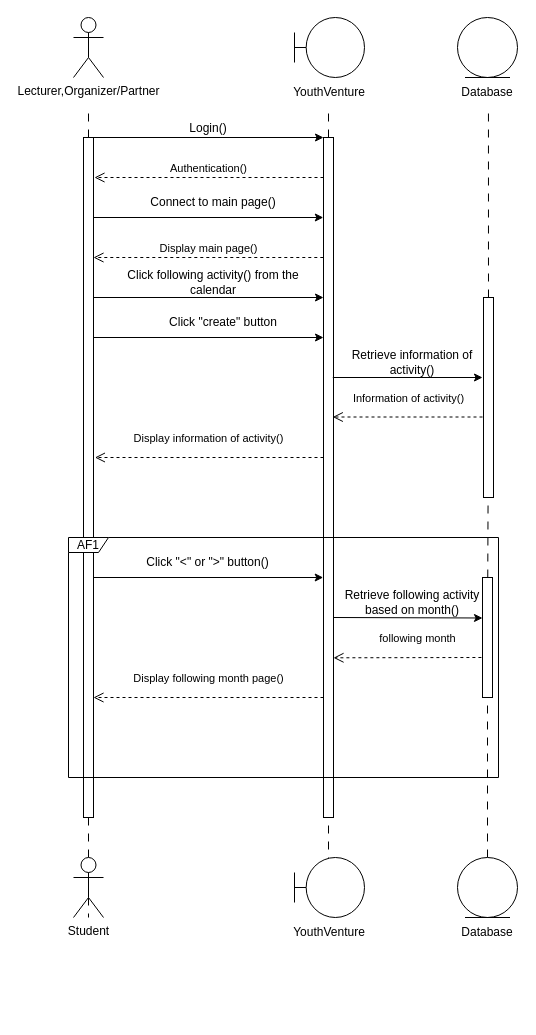
wei2030/year2_project keeps this draw.io diagram as sequence_diagram/UC019 seq diagram.drawio. Above is the earlier version. Source tidied: cells renumbered, new cells numbered last; positions are measured from the earlier drawing's top-left corner, leaving out a move shared by most shapes. Both pictures are drawn from the tidied source at 100%, with x=0, y=0 at pixel (68, 17).
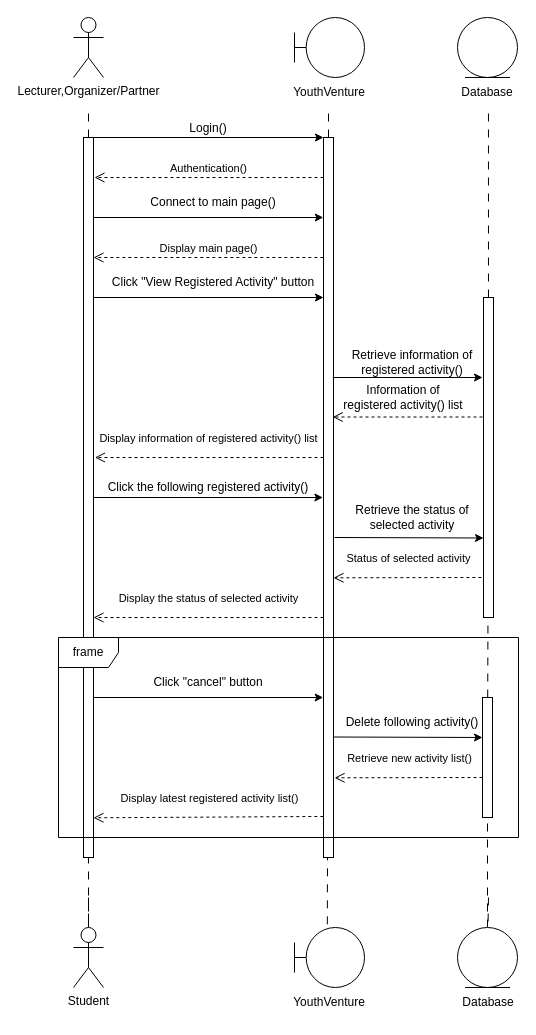
After the change.

The change refers to these unchanged cells:
```xml
<mxCell id="39" style="shape=umlBoundary;whiteSpace=wrap;html=1;" parent="38" vertex="1">
  <mxGeometry width="70" height="60" as="geometry" />
</mxCell>
```

What changed in the source:
```diff
@@
     <mxCell id="12" style="rounded=0;whiteSpace=wrap;html=1;" parent="1" vertex="1">
-      <mxGeometry x="15" y="120" width="10" height="680" as="geometry" />
+      <mxGeometry x="15" y="120" width="10" height="720" as="geometry" />
     </mxCell>
-    <mxCell id="13" style="endArrow=none;dashed=1;html=1;rounded=0;strokeWidth=1;dashPattern=8 8;" parent="1" edge="1" target="14">
-      <mxGeometry relative="1" as="geometry">
-        <mxPoint x="260" y="880" as="sourcePoint" />
-      </mxGeometry>
+    <mxCell id="13" style="endArrow=none;dashed=1;html=1;rounded=0;strokeWidth=1;dashPattern=8 8;exitX=0.469;exitY=-0.053;exitDx=0;exitDy=0;exitPerimeter=0;" parent="1" edge="1" source="39" target="14">
+      <mxGeometry relative="1" as="geometry" />
     </mxCell>
     <mxCell id="14" style="rounded=0;whiteSpace=wrap;html=1;" parent="1" vertex="1">
-      <mxGeometry x="255" y="120" width="10" height="680" as="geometry" />
+      <mxGeometry x="255" y="120" width="10" height="720" as="geometry" />
     </mxCell>
@@
-    <mxCell id="22" value="Click following activity() from the calendar" style="text;html=1;strokeColor=none;fillColor=none;align=center;verticalAlign=middle;whiteSpace=wrap;rounded=0;" parent="1" vertex="1">
+    <mxCell id="22" value="Click &quot;View Registered Activity&quot; button" style="text;html=1;strokeColor=none;fillColor=none;align=center;verticalAlign=middle;whiteSpace=wrap;rounded=0;" parent="1" vertex="1">
       <mxGeometry x="35" y="250" width="220" height="30" as="geometry" />
     </mxCell>
@@
     <mxCell id="24" style="rounded=0;whiteSpace=wrap;html=1;" parent="1" vertex="1">
-      <mxGeometry x="415" y="280" width="10" height="200" as="geometry" />
+      <mxGeometry x="415" y="280" width="10" height="320" as="geometry" />
     </mxCell>
@@
-    <mxCell id="26" value="Retrieve information of activity()" style="text;html=1;strokeColor=none;fillColor=none;align=center;verticalAlign=middle;whiteSpace=wrap;rounded=0;" parent="1" vertex="1">
+    <mxCell id="26" value="Retrieve information of registered activity()" style="text;html=1;strokeColor=none;fillColor=none;align=center;verticalAlign=middle;whiteSpace=wrap;rounded=0;" parent="1" vertex="1">
       <mxGeometry x="274" y="330" width="140" height="30" as="geometry" />
     </mxCell>
-    <mxCell id="27" value="Information of activity()" style="html=1;verticalAlign=bottom;endArrow=open;dashed=1;endSize=8;curved=0;rounded=0;exitX=0;exitY=1;exitDx=0;exitDy=0;entryX=1.028;entryY=0.548;entryDx=0;entryDy=0;entryPerimeter=0;" parent="1" edge="1">
+    <mxCell id="27" style="html=1;verticalAlign=bottom;endArrow=open;dashed=1;endSize=8;curved=0;rounded=0;exitX=0;exitY=1;exitDx=0;exitDy=0;entryX=1.028;entryY=0.548;entryDx=0;entryDy=0;entryPerimeter=0;" parent="1" edge="1">
       <mxGeometry x="-0.01" y="-10" relative="1" as="geometry">
         <mxPoint x="414" y="399.5" as="sourcePoint" />
         <mxPoint x="264.3" y="399.5" as="targetPoint" />
       </mxGeometry>
     </mxCell>
-    <mxCell id="28" value="Display information of activity()" style="html=1;verticalAlign=bottom;endArrow=open;dashed=1;endSize=8;curved=0;rounded=0;entryX=1.124;entryY=0.603;entryDx=0;entryDy=0;entryPerimeter=0;exitX=-0.018;exitY=0.603;exitDx=0;exitDy=0;exitPerimeter=0;" parent="1" edge="1">
+    <mxCell id="28" value="Display information of registered activity() list" style="html=1;verticalAlign=bottom;endArrow=open;dashed=1;endSize=8;curved=0;rounded=0;entryX=1.124;entryY=0.603;entryDx=0;entryDy=0;entryPerimeter=0;exitX=-0.018;exitY=0.603;exitDx=0;exitDy=0;exitPerimeter=0;" parent="1" edge="1">
       <mxGeometry x="0.01" y="-10" relative="1" as="geometry">
         <mxPoint x="255" y="440" as="sourcePoint" />
         <mxPoint x="26.4" y="440" as="targetPoint" />
       </mxGeometry>
     </mxCell>
-    <mxCell id="29" style="endArrow=classic;html=1;rounded=0;exitX=1.02;exitY=0.712;exitDx=0;exitDy=0;exitPerimeter=0;entryX=-0.04;entryY=0.712;entryDx=0;entryDy=0;entryPerimeter=0;" parent="1" edge="1">
-      <mxGeometry relative="1" as="geometry">
-        <mxPoint x="25.3" y="560" as="sourcePoint" />
-        <mxPoint x="254.7" y="560" as="targetPoint" />
-      </mxGeometry>
-    </mxCell>
-    <mxCell id="30" value="Click &quot;&amp;lt;&quot; or &quot;&amp;gt;&quot; button()" style="text;html=1;strokeColor=none;fillColor=none;align=center;verticalAlign=middle;whiteSpace=wrap;rounded=0;" parent="1" vertex="1">
-      <mxGeometry x="60.4" y="530" width="159.2" height="30" as="geometry" />
-    </mxCell>
-    <mxCell id="31" style="endArrow=classic;html=1;rounded=0;entryX=0;entryY=0;entryDx=0;entryDy=0;exitX=1;exitY=0.739;exitDx=0;exitDy=0;exitPerimeter=0;" parent="1" edge="1">
-      <mxGeometry relative="1" as="geometry">
-        <mxPoint x="265" y="600" as="sourcePoint" />
-        <mxPoint x="414" y="600.5" as="targetPoint" />
-      </mxGeometry>
-    </mxCell>
-    <mxCell id="32" value="Retrieve following activity based on month()" style="text;html=1;strokeColor=none;fillColor=none;align=center;verticalAlign=middle;whiteSpace=wrap;rounded=0;" parent="1" vertex="1">
-      <mxGeometry x="274" y="570" width="140" height="30" as="geometry" />
-    </mxCell>
-    <mxCell id="33" value="following month" style="html=1;verticalAlign=bottom;endArrow=open;dashed=1;endSize=8;curved=0;rounded=0;exitX=0;exitY=0.25;exitDx=0;exitDy=0;entryX=1.107;entryY=0.795;entryDx=0;entryDy=0;entryPerimeter=0;" parent="1" edge="1">
-      <mxGeometry x="-0.14" y="-10" relative="1" as="geometry">
-        <mxPoint x="412.9" y="640" as="sourcePoint" />
-        <mxPoint x="265" y="640.3" as="targetPoint" />
+    <mxCell id="33" value="Status of selected activity" style="html=1;verticalAlign=bottom;endArrow=open;dashed=1;endSize=8;curved=0;rounded=0;exitX=0;exitY=0.25;exitDx=0;exitDy=0;entryX=1.107;entryY=0.795;entryDx=0;entryDy=0;entryPerimeter=0;" parent="1" edge="1">
+      <mxGeometry x="-0.01" y="-10" relative="1" as="geometry">
+        <mxPoint x="412.9" y="560" as="sourcePoint" />
+        <mxPoint x="265" y="560.3" as="targetPoint" />
       </mxGeometry>
     </mxCell>
-    <mxCell id="34" value="Display following month page()" style="html=1;verticalAlign=bottom;endArrow=open;dashed=1;endSize=8;curved=0;rounded=0;exitX=0;exitY=1;exitDx=0;exitDy=0;entryX=1;entryY=1;entryDx=0;entryDy=0;" parent="1" edge="1">
+    <mxCell id="34" value="Display the status of selected activity" style="html=1;verticalAlign=bottom;endArrow=open;dashed=1;endSize=8;curved=0;rounded=0;exitX=0;exitY=1;exitDx=0;exitDy=0;entryX=1;entryY=1;entryDx=0;entryDy=0;" parent="1" edge="1">
       <mxGeometry y="-10" relative="1" as="geometry">
-        <mxPoint x="255" y="680" as="sourcePoint" />
-        <mxPoint x="25" y="680" as="targetPoint" />
+        <mxPoint x="255" y="600" as="sourcePoint" />
+        <mxPoint x="25" y="600" as="targetPoint" />
       </mxGeometry>
     </mxCell>
@@
     <mxCell id="36" style="rounded=0;whiteSpace=wrap;html=1;" parent="1" vertex="1">
-      <mxGeometry x="414" y="560" width="10" height="120" as="geometry" />
+      <mxGeometry x="414" y="680" width="10" height="120" as="geometry" />
     </mxCell>
-    <mxCell id="37" value="AF1" style="shape=umlFrame;whiteSpace=wrap;html=1;width=40;height=15;" parent="1" vertex="1">
-      <mxGeometry y="520" width="430" height="240" as="geometry" />
-    </mxCell>
     <mxCell id="38" style="group;" parent="1" vertex="1">
-      <mxGeometry x="226" y="840" width="70" height="90" as="geometry" />
+      <mxGeometry x="226" y="910" width="70" height="90" as="geometry" />
     </mxCell>
@@
     <mxCell id="41" value="Database" style="text;html=1;strokeColor=none;fillColor=none;align=center;verticalAlign=middle;whiteSpace=wrap;rounded=0;" parent="1" vertex="1">
-      <mxGeometry x="389" y="900" width="60" height="30" as="geometry" />
+      <mxGeometry x="390" y="970" width="60" height="30" as="geometry" />
     </mxCell>
-    <mxCell id="42" value="Click &quot;create&quot; button" style="text;html=1;strokeColor=none;fillColor=none;align=center;verticalAlign=middle;whiteSpace=wrap;rounded=0;" parent="1" vertex="1">
-      <mxGeometry x="45" y="290" width="220" height="30" as="geometry" />
-    </mxCell>
-    <mxCell id="43" style="endArrow=classic;html=1;rounded=0;exitX=1.019;exitY=0.109;exitDx=0;exitDy=0;exitPerimeter=0;entryX=-0.019;entryY=0.109;entryDx=0;entryDy=0;entryPerimeter=0;" parent="1" edge="1">
-      <mxGeometry relative="1" as="geometry">
-        <mxPoint x="25" y="320" as="sourcePoint" />
-        <mxPoint x="255" y="320" as="targetPoint" />
-      </mxGeometry>
-    </mxCell>
@@
     <mxCell id="45" value="Student" style="shape=umlActor;verticalLabelPosition=bottom;verticalAlign=top;html=1;" parent="1" vertex="1">
-      <mxGeometry x="5" y="840" width="30" height="60" as="geometry" />
+      <mxGeometry x="5" y="910" width="30" height="60" as="geometry" />
     </mxCell>
@@
     <mxCell id="47" style="ellipse;shape=umlEntity;whiteSpace=wrap;html=1;" parent="1" vertex="1">
-      <mxGeometry x="389" y="840" width="60" height="60" as="geometry" />
+      <mxGeometry x="389" y="910" width="60" height="60" as="geometry" />
     </mxCell>
+    <mxCell id="48" value="Information of registered activity() list" style="text;html=1;strokeColor=none;fillColor=none;align=center;verticalAlign=middle;whiteSpace=wrap;rounded=0;" parent="1" vertex="1">
+      <mxGeometry x="270" y="365" width="130" height="30" as="geometry" />
+    </mxCell>
+    <mxCell id="49" value="Click the following registered activity()" style="text;html=1;strokeColor=none;fillColor=none;align=center;verticalAlign=middle;whiteSpace=wrap;rounded=0;" parent="1" vertex="1">
+      <mxGeometry x="30" y="455" width="220" height="30" as="geometry" />
+    </mxCell>
+    <mxCell id="50" style="endArrow=classic;html=1;rounded=0;exitX=1.02;exitY=0.712;exitDx=0;exitDy=0;exitPerimeter=0;entryX=-0.04;entryY=0.712;entryDx=0;entryDy=0;entryPerimeter=0;" parent="1" edge="1">
+      <mxGeometry relative="1" as="geometry">
+        <mxPoint x="25" y="480" as="sourcePoint" />
+        <mxPoint x="254.4" y="480" as="targetPoint" />
+      </mxGeometry>
+    </mxCell>
+    <mxCell id="51" value="Retrieve the status of selected activity" style="text;html=1;strokeColor=none;fillColor=none;align=center;verticalAlign=middle;whiteSpace=wrap;rounded=0;" parent="1" vertex="1">
+      <mxGeometry x="274" y="485" width="140" height="30" as="geometry" />
+    </mxCell>
+    <mxCell id="52" style="endArrow=classic;html=1;rounded=0;entryX=0;entryY=0;entryDx=0;entryDy=0;exitX=1;exitY=0.739;exitDx=0;exitDy=0;exitPerimeter=0;" parent="1" edge="1">
+      <mxGeometry relative="1" as="geometry">
+        <mxPoint x="266" y="520" as="sourcePoint" />
+        <mxPoint x="415" y="520.5" as="targetPoint" />
+      </mxGeometry>
+    </mxCell>
+    <mxCell id="53" value="frame" style="shape=umlFrame;whiteSpace=wrap;html=1;" parent="1" vertex="1">
+      <mxGeometry x="-10" y="620" width="460" height="200" as="geometry" />
+    </mxCell>
+    <mxCell id="54" value="Click &quot;cancel&quot; button" style="text;html=1;strokeColor=none;fillColor=none;align=center;verticalAlign=middle;whiteSpace=wrap;rounded=0;" parent="1" vertex="1">
+      <mxGeometry x="30" y="650" width="220" height="30" as="geometry" />
+    </mxCell>
+    <mxCell id="55" style="endArrow=classic;html=1;rounded=0;exitX=0.997;exitY=0.219;exitDx=0;exitDy=0;entryX=-0.029;entryY=0.219;entryDx=0;entryDy=0;exitPerimeter=0;entryPerimeter=0;" parent="1" edge="1">
+      <mxGeometry relative="1" as="geometry">
+        <mxPoint x="25" y="680" as="sourcePoint" />
+        <mxPoint x="254.7" y="680" as="targetPoint" />
+      </mxGeometry>
+    </mxCell>
+    <mxCell id="56" value="Delete following activity()" style="text;html=1;strokeColor=none;fillColor=none;align=center;verticalAlign=middle;whiteSpace=wrap;rounded=0;" parent="1" vertex="1">
+      <mxGeometry x="274" y="690" width="140" height="30" as="geometry" />
+    </mxCell>
+    <mxCell id="57" style="endArrow=classic;html=1;rounded=0;entryX=0;entryY=0;entryDx=0;entryDy=0;exitX=1;exitY=0.739;exitDx=0;exitDy=0;exitPerimeter=0;" parent="1" edge="1">
+      <mxGeometry relative="1" as="geometry">
+        <mxPoint x="265" y="719.5" as="sourcePoint" />
+        <mxPoint x="414" y="720" as="targetPoint" />
+      </mxGeometry>
+    </mxCell>
+    <mxCell id="58" value="Retrieve new activity list()" style="html=1;verticalAlign=bottom;endArrow=open;dashed=1;endSize=8;curved=0;rounded=0;exitX=0;exitY=0.25;exitDx=0;exitDy=0;entryX=1.107;entryY=0.795;entryDx=0;entryDy=0;entryPerimeter=0;" parent="1" edge="1">
+      <mxGeometry x="-0.01" y="-10" relative="1" as="geometry">
+        <mxPoint x="414" y="760" as="sourcePoint" />
+        <mxPoint x="266.1" y="760.3" as="targetPoint" />
+      </mxGeometry>
+    </mxCell>
+    <mxCell id="59" value="Display latest registered activity list()" style="html=1;verticalAlign=bottom;endArrow=open;dashed=1;endSize=8;curved=0;rounded=0;entryX=1.107;entryY=0.795;entryDx=0;entryDy=0;entryPerimeter=0;exitX=-0.02;exitY=0.943;exitDx=0;exitDy=0;exitPerimeter=0;" parent="1" edge="1" source="14">
+      <mxGeometry x="-0.01" y="-10" relative="1" as="geometry">
+        <mxPoint x="25" y="800.3" as="targetPoint" />
+      </mxGeometry>
+    </mxCell>
```
